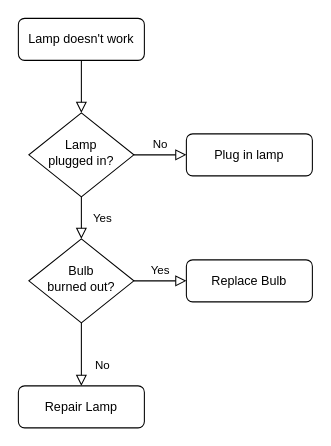
jayfromkorea/Algorithm keeps this draw.io diagram as 백준/Silver/11053. 가장 긴 증가하는 부분 수열/제목 없는 다이어그램.drawio. Above is the earlier version. Source tidied: cells renumbered, new cells numbered last; positions are measured from the earlier drawing's top-left corner, leaving out a move shared by most shapes. Both pictures are drawn from the tidied source at 105%, with x=0, y=0 at pixel (18, 18).
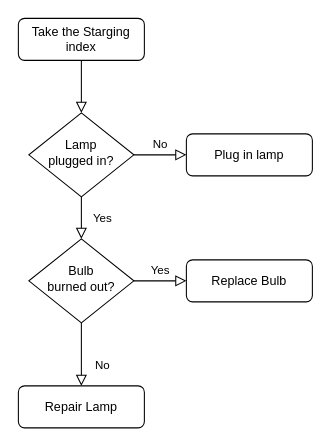
Above is the later version.

Commit message:
lis() method

Change to the diagram source:
```diff
@@
 <mxGraphModel>
   <root>
     <mxCell id="0" />
     <mxCell id="1" parent="0" />
     <mxCell id="2" style="rounded=0;html=1;jettySize=auto;fontSize=11;endArrow=block;endFill=0;endSize=8;strokeWidth=1;shadow=0;labelBackgroundColor=none;edgeStyle=orthogonalEdgeStyle;" parent="1" edge="1" source="3" target="6">
       <mxGeometry relative="1" as="geometry" />
     </mxCell>
-    <mxCell id="3" value="Lamp doesn't work" style="rounded=1;whiteSpace=wrap;html=1;fontSize=12;glass=0;strokeWidth=1;shadow=0;" parent="1" vertex="1">
+    <mxCell id="3" value="Take the Starging index" style="rounded=1;whiteSpace=wrap;html=1;fontSize=12;glass=0;strokeWidth=1;shadow=0;" parent="1" vertex="1">
       <mxGeometry width="120" height="40" as="geometry" />
     </mxCell>
     <mxCell id="4" value="Yes" style="rounded=0;html=1;jettySize=auto;fontSize=11;endArrow=block;endFill=0;endSize=8;strokeWidth=1;shadow=0;labelBackgroundColor=none;edgeStyle=orthogonalEdgeStyle;" parent="1" edge="1" source="6" target="10">
       <mxGeometry y="20" relative="1" as="geometry" />
     </mxCell>
     <mxCell id="5" value="No" style="edgeStyle=orthogonalEdgeStyle;rounded=0;html=1;jettySize=auto;fontSize=11;endArrow=block;endFill=0;endSize=8;strokeWidth=1;shadow=0;labelBackgroundColor=none;" parent="1" edge="1" source="6" target="7">
       <mxGeometry y="10" relative="1" as="geometry" />
     </mxCell>
     <mxCell id="6" value="Lamp&lt;br&gt;plugged in?" style="rhombus;whiteSpace=wrap;html=1;shadow=0;fontFamily=Helvetica;fontSize=12;align=center;strokeWidth=1;spacing=6;spacingTop=-4;" parent="1" vertex="1">
       <mxGeometry x="10" y="90" width="100" height="80" as="geometry" />
     </mxCell>
     <mxCell id="7" value="Plug in lamp" style="rounded=1;whiteSpace=wrap;html=1;fontSize=12;glass=0;strokeWidth=1;shadow=0;" parent="1" vertex="1">
       <mxGeometry x="160" y="110" width="120" height="40" as="geometry" />
     </mxCell>
     <mxCell id="8" value="No" style="rounded=0;html=1;jettySize=auto;fontSize=11;endArrow=block;endFill=0;endSize=8;strokeWidth=1;shadow=0;labelBackgroundColor=none;edgeStyle=orthogonalEdgeStyle;" parent="1" edge="1" source="10" target="11">
       <mxGeometry x="0.33" y="20" relative="1" as="geometry" />
     </mxCell>
     <mxCell id="9" value="Yes" style="edgeStyle=orthogonalEdgeStyle;rounded=0;html=1;jettySize=auto;fontSize=11;endArrow=block;endFill=0;endSize=8;strokeWidth=1;shadow=0;labelBackgroundColor=none;" parent="1" edge="1" source="10" target="12">
       <mxGeometry y="10" relative="1" as="geometry" />
     </mxCell>
     <mxCell id="10" value="Bulb&lt;br&gt;burned out?" style="rhombus;whiteSpace=wrap;html=1;shadow=0;fontFamily=Helvetica;fontSize=12;align=center;strokeWidth=1;spacing=6;spacingTop=-4;" parent="1" vertex="1">
       <mxGeometry x="10" y="210" width="100" height="80" as="geometry" />
     </mxCell>
     <mxCell id="11" value="Repair Lamp" style="rounded=1;whiteSpace=wrap;html=1;fontSize=12;glass=0;strokeWidth=1;shadow=0;" parent="1" vertex="1">
       <mxGeometry y="350" width="120" height="40" as="geometry" />
     </mxCell>
     <mxCell id="12" value="Replace Bulb" style="rounded=1;whiteSpace=wrap;html=1;fontSize=12;glass=0;strokeWidth=1;shadow=0;" parent="1" vertex="1">
       <mxGeometry x="160" y="230" width="120" height="40" as="geometry" />
     </mxCell>
   </root>
 </mxGraphModel>
```
